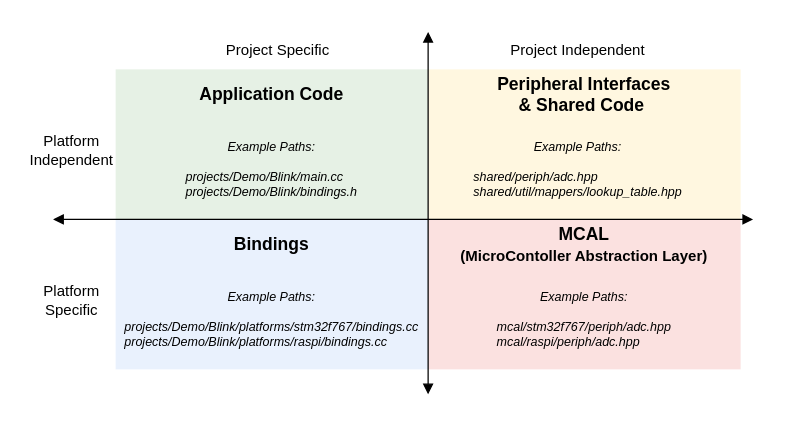
macformula/racecar keeps this draw.io diagram as page "Light" (1 of 2) of docs/docs/firmware/architecture/arch_diagram.drawio. Above is the earlier version. Source tidied: cells renumbered, new cells numbered last; positions are measured from the earlier drawing's top-left corner, leaving out a move shared by most shapes. Both pictures are drawn from the tidied source at 125%, with x=0, y=0 at pixel (21, 31).
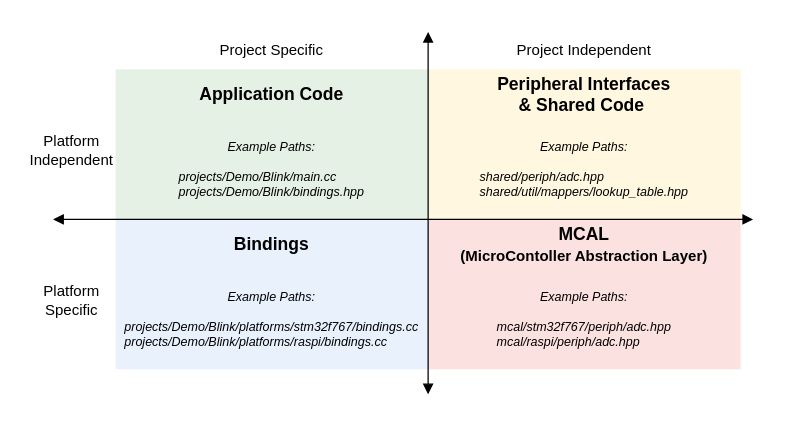
Above is the later version.

Change to the diagram source:
```diff
@@
     <mxCell id="2" value="Project&amp;nbsp;&lt;span style=&quot;background-color: initial;&quot;&gt;Specific&lt;/span&gt;" style="text;html=1;align=center;verticalAlign=middle;whiteSpace=wrap;rounded=0;" parent="1" vertex="1">
-      <mxGeometry x="145" width="120" height="30" as="geometry" />
+      <mxGeometry x="75" width="250" height="30" as="geometry" />
     </mxCell>
     <mxCell id="3" value="Project Independent" style="text;html=1;align=center;verticalAlign=middle;whiteSpace=wrap;rounded=0;" parent="1" vertex="1">
-      <mxGeometry x="365" width="160" height="30" as="geometry" />
+      <mxGeometry x="325" width="250" height="30" as="geometry" />
     </mxCell>
@@
-    <mxCell id="14" value="&lt;span style=&quot;font-weight: normal; font-size: 10px;&quot;&gt;Example Paths:&lt;br&gt;&lt;br&gt;&lt;div style=&quot;text-align: left;&quot;&gt;&lt;span style=&quot;background-color: initial;&quot;&gt;projects/Demo/Blink/main.cc&lt;/span&gt;&lt;/div&gt;projects/Demo/Blink/bindings.h&lt;/span&gt;" style="text;html=1;align=center;verticalAlign=top;whiteSpace=wrap;rounded=0;fontStyle=3;fontFamily=Helvetica;labelBackgroundColor=none;textShadow=0;labelBorderColor=none;fontSize=10;" parent="1" vertex="1">
-      <mxGeometry x="85" y="80" width="230" height="75" as="geometry" />
+    <mxCell id="14" value="&lt;span style=&quot;font-weight: normal; font-size: 10px;&quot;&gt;Example Paths:&lt;br&gt;&lt;br&gt;&lt;div style=&quot;text-align: left;&quot;&gt;&lt;span style=&quot;background-color: initial;&quot;&gt;projects/Demo/Blink/main.cc&lt;/span&gt;&lt;/div&gt;projects/Demo/Blink/bindings.hpp&lt;/span&gt;" style="text;html=1;align=center;verticalAlign=top;whiteSpace=wrap;rounded=0;fontStyle=3;fontFamily=Helvetica;labelBackgroundColor=none;textShadow=0;labelBorderColor=none;fontSize=10;" parent="1" vertex="1">
+      <mxGeometry x="75" y="80" width="250" height="70" as="geometry" />
     </mxCell>
@@
     <mxCell id="17" value="&lt;span style=&quot;font-weight: 400; font-size: 10px;&quot;&gt;Example Paths:&lt;br&gt;&lt;br&gt;&lt;div style=&quot;text-align: left;&quot;&gt;&lt;span style=&quot;background-color: initial;&quot;&gt;shared/periph/adc.hpp&lt;/span&gt;&lt;/div&gt;&lt;/span&gt;&lt;span style=&quot;font-weight: normal; font-size: 10px;&quot;&gt;shared/util/mappers/lookup_table.hpp&lt;br style=&quot;font-size: 10px;&quot;&gt;&lt;/span&gt;" style="text;html=1;align=center;verticalAlign=top;whiteSpace=wrap;rounded=0;fontStyle=3;fontFamily=Helvetica;fontSize=10;" parent="1" vertex="1">
-      <mxGeometry x="345" y="80" width="200" height="70" as="geometry" />
+      <mxGeometry x="325" y="80" width="250" height="70" as="geometry" />
     </mxCell>
```
